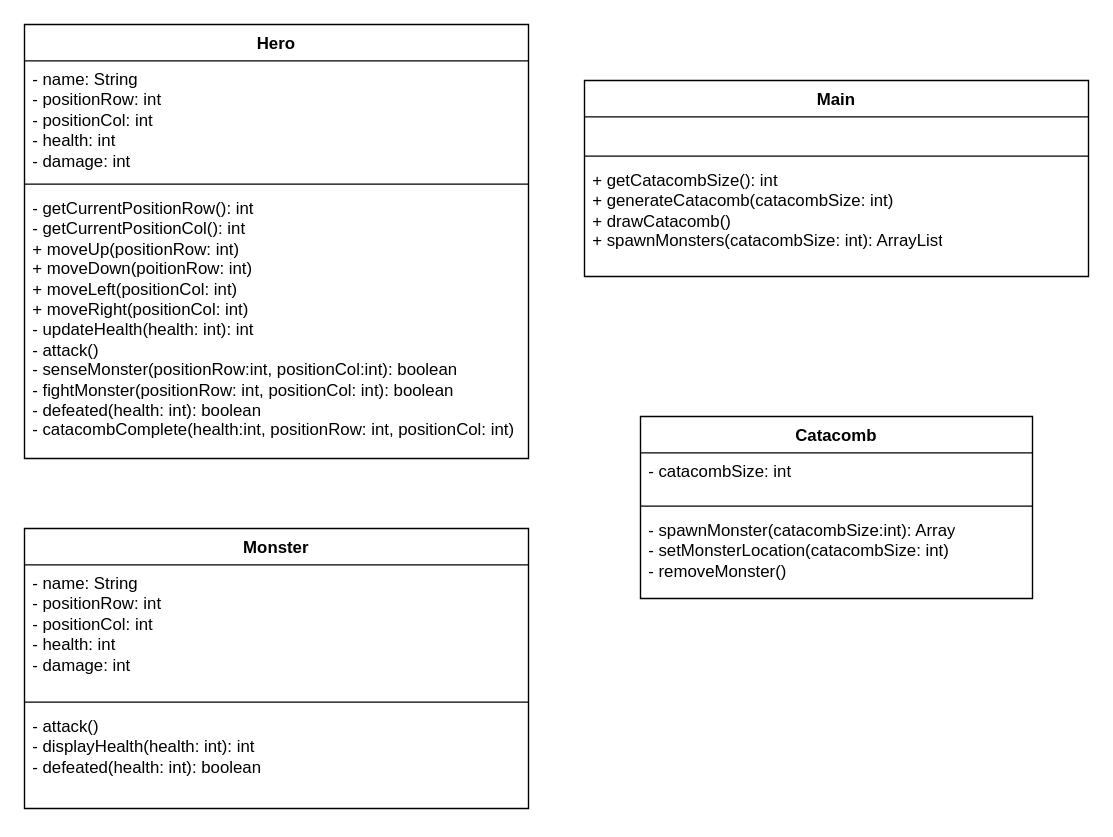
Before: lab10/lab10.drawio in alec-porter/CS1180, a draw.io diagram. Source tidied: cells renumbered, new cells numbered last; positions are measured from the earlier drawing's top-left corner, leaving out a move shared by most shapes. Both pictures are drawn from the tidied source at 140%, with x=0, y=0 at pixel (24, 24).
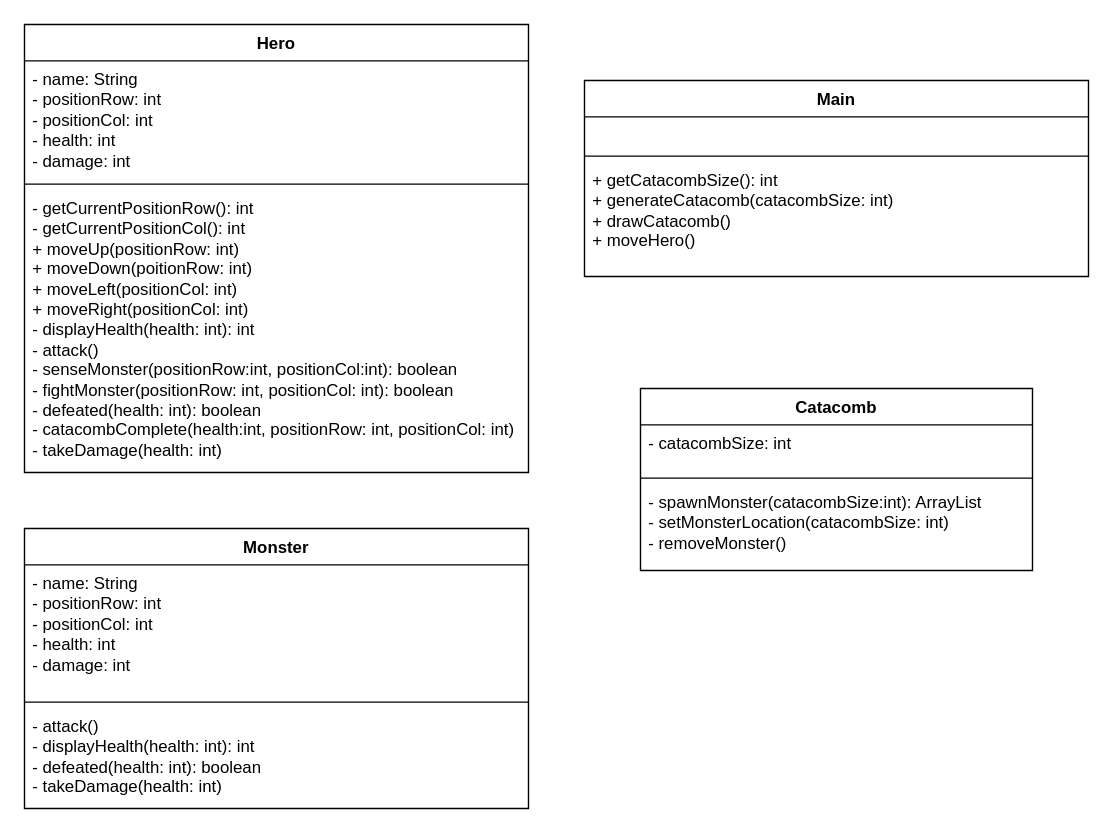
Above is the later version.

Change to the diagram source:
```diff
@@
 <mxGraphModel>
   <root>
     <mxCell id="0" />
     <mxCell id="1" parent="0" />
     <mxCell id="2" value="Hero" style="swimlane;fontStyle=1;align=center;verticalAlign=top;horizontal=1;startSize=26;whiteSpace=wrap;html=1;" parent="1" vertex="1">
-      <mxGeometry width="360" height="310" as="geometry" />
+      <mxGeometry width="360" height="320" as="geometry" />
     </mxCell>
     <mxCell id="3" value="&lt;div&gt;- name: String&lt;/div&gt;&lt;div&gt;- positionRow: int&lt;/div&gt;&lt;div&gt;- positionCol: int&lt;/div&gt;&lt;div&gt;- health: int&lt;/div&gt;&lt;div&gt;- damage: int&lt;/div&gt;" style="text;strokeColor=none;fillColor=none;align=left;verticalAlign=top;spacingLeft=4;spacingRight=4;overflow=hidden;whiteSpace=wrap;html=1;" parent="2" vertex="1">
       <mxGeometry y="26" width="360" height="84" as="geometry" />
     </mxCell>
     <mxCell id="4" style="line;strokeWidth=1;fillColor=none;align=left;verticalAlign=middle;spacingTop=-1;spacingLeft=3;spacingRight=3;labelPosition=right;strokeColor=inherit;" parent="2" vertex="1">
       <mxGeometry y="110" width="360" height="8" as="geometry" />
     </mxCell>
-    <mxCell id="5" value="- getCurrentPositionRow(): int&lt;div&gt;- getCurrentPositionCol(): int&lt;br&gt;&lt;div&gt;+ moveUp(positionRow: int)&lt;/div&gt;&lt;/div&gt;&lt;div&gt;+ moveDown(poitionRow: int)&lt;/div&gt;&lt;div&gt;+ moveLeft(positionCol: int)&lt;/div&gt;&lt;div&gt;+ moveRight(positionCol: int)&lt;/div&gt;&lt;div&gt;- updateHealth(health: int): int&lt;/div&gt;&lt;div&gt;- attack()&lt;/div&gt;&lt;div&gt;- senseMonster(positionRow:int, positionCol:int): boolean&lt;/div&gt;&lt;div&gt;- fightMonster(positionRow: int, positionCol: int): boolean&lt;/div&gt;&lt;div&gt;- defeated(health: int): boolean&lt;/div&gt;&lt;div&gt;- catacombComplete(health:int, positionRow: int, positionCol: int)&lt;/div&gt;" style="text;strokeColor=none;fillColor=none;align=left;verticalAlign=top;spacingLeft=4;spacingRight=4;overflow=hidden;whiteSpace=wrap;html=1;" parent="2" vertex="1">
-      <mxGeometry y="118" width="360" height="192" as="geometry" />
+    <mxCell id="5" value="- getCurrentPositionRow(): int&lt;div&gt;- getCurrentPositionCol(): int&lt;br&gt;&lt;div&gt;+ moveUp(positionRow: int)&lt;/div&gt;&lt;/div&gt;&lt;div&gt;+ moveDown(poitionRow: int)&lt;/div&gt;&lt;div&gt;+ moveLeft(positionCol: int)&lt;/div&gt;&lt;div&gt;+ moveRight(positionCol: int)&lt;/div&gt;&lt;div&gt;- displayHealth(health: int): int&lt;/div&gt;&lt;div&gt;- attack()&lt;/div&gt;&lt;div&gt;- senseMonster(positionRow:int, positionCol:int): boolean&lt;/div&gt;&lt;div&gt;- fightMonster(positionRow: int, positionCol: int): boolean&lt;/div&gt;&lt;div&gt;- defeated(health: int): boolean&lt;/div&gt;&lt;div&gt;- catacombComplete(health:int, positionRow: int, positionCol: int)&lt;/div&gt;&lt;div&gt;- takeDamage(health: int)&lt;/div&gt;" style="text;strokeColor=none;fillColor=none;align=left;verticalAlign=top;spacingLeft=4;spacingRight=4;overflow=hidden;whiteSpace=wrap;html=1;" parent="2" vertex="1">
+      <mxGeometry y="118" width="360" height="202" as="geometry" />
     </mxCell>
     <mxCell id="6" value="Monster" style="swimlane;fontStyle=1;align=center;verticalAlign=top;horizontal=1;startSize=26;whiteSpace=wrap;html=1;" parent="1" vertex="1">
       <mxGeometry y="360" width="360" height="200" as="geometry" />
     </mxCell>
     <mxCell id="7" value="- name: String&lt;div&gt;- positionRow: int&lt;/div&gt;&lt;div&gt;- positionCol: int&lt;/div&gt;&lt;div&gt;- health: int&lt;/div&gt;&lt;div&gt;- damage: int&lt;/div&gt;" style="text;strokeColor=none;fillColor=none;align=left;verticalAlign=top;spacingLeft=4;spacingRight=4;overflow=hidden;whiteSpace=wrap;html=1;" parent="6" vertex="1">
       <mxGeometry y="26" width="360" height="94" as="geometry" />
     </mxCell>
     <mxCell id="8" style="line;strokeWidth=1;fillColor=none;align=left;verticalAlign=middle;spacingTop=-1;spacingLeft=3;spacingRight=3;labelPosition=right;strokeColor=inherit;" parent="6" vertex="1">
       <mxGeometry y="120" width="360" height="8" as="geometry" />
     </mxCell>
-    <mxCell id="9" value="- attack()&lt;div&gt;- displayHealth(health: int): int&lt;/div&gt;&lt;div&gt;- defeated(health: int): boolean&lt;/div&gt;" style="text;strokeColor=none;fillColor=none;align=left;verticalAlign=top;spacingLeft=4;spacingRight=4;overflow=hidden;whiteSpace=wrap;html=1;" parent="6" vertex="1">
+    <mxCell id="9" value="- attack()&lt;div&gt;- displayHealth(health: int): int&lt;/div&gt;&lt;div&gt;- defeated(health: int): boolean&lt;/div&gt;&lt;div&gt;- takeDamage(health: int)&lt;/div&gt;" style="text;strokeColor=none;fillColor=none;align=left;verticalAlign=top;spacingLeft=4;spacingRight=4;overflow=hidden;whiteSpace=wrap;html=1;" parent="6" vertex="1">
       <mxGeometry y="128" width="360" height="72" as="geometry" />
     </mxCell>
     <mxCell id="10" value="Catacomb" style="swimlane;fontStyle=1;align=center;verticalAlign=top;horizontal=1;startSize=26;whiteSpace=wrap;html=1;" parent="1" vertex="1">
-      <mxGeometry x="440" y="280" width="280" height="130" as="geometry" />
+      <mxGeometry x="440" y="260" width="280" height="130" as="geometry" />
     </mxCell>
     <mxCell id="11" value="- catacombSize: int" style="text;strokeColor=none;fillColor=none;align=left;verticalAlign=top;spacingLeft=4;spacingRight=4;overflow=hidden;whiteSpace=wrap;html=1;" parent="10" vertex="1">
       <mxGeometry y="26" width="280" height="34" as="geometry" />
     </mxCell>
     <mxCell id="12" style="line;strokeWidth=1;fillColor=none;align=left;verticalAlign=middle;spacingTop=-1;spacingLeft=3;spacingRight=3;labelPosition=right;strokeColor=inherit;" parent="10" vertex="1">
       <mxGeometry y="60" width="280" height="8" as="geometry" />
     </mxCell>
-    <mxCell id="13" value="&lt;div&gt;&lt;div&gt;- spawnMonster(catacombSize:int): Array&lt;/div&gt;&lt;div&gt;- setMonsterLocation(catacombSize: int)&lt;/div&gt;&lt;/div&gt;&lt;div&gt;- removeMonster()&lt;/div&gt;" style="text;strokeColor=none;fillColor=none;align=left;verticalAlign=top;spacingLeft=4;spacingRight=4;overflow=hidden;whiteSpace=wrap;html=1;" parent="10" vertex="1">
+    <mxCell id="13" value="&lt;div&gt;&lt;div&gt;- spawnMonster(catacombSize:int): ArrayList&lt;/div&gt;&lt;div&gt;- setMonsterLocation(catacombSize: int)&lt;/div&gt;&lt;/div&gt;&lt;div&gt;- removeMonster()&lt;/div&gt;" style="text;strokeColor=none;fillColor=none;align=left;verticalAlign=top;spacingLeft=4;spacingRight=4;overflow=hidden;whiteSpace=wrap;html=1;" parent="10" vertex="1">
       <mxGeometry y="68" width="280" height="62" as="geometry" />
     </mxCell>
     <mxCell id="14" value="Main" style="swimlane;fontStyle=1;align=center;verticalAlign=top;horizontal=1;startSize=26;whiteSpace=wrap;html=1;" parent="1" vertex="1">
       <mxGeometry x="400" y="40" width="360" height="140" as="geometry" />
     </mxCell>
     <mxCell id="15" value="&amp;nbsp;" style="text;strokeColor=none;fillColor=none;align=left;verticalAlign=top;spacingLeft=4;spacingRight=4;overflow=hidden;whiteSpace=wrap;html=1;" parent="14" vertex="1">
       <mxGeometry y="26" width="360" height="24" as="geometry" />
     </mxCell>
     <mxCell id="16" style="line;strokeWidth=1;fillColor=none;align=left;verticalAlign=middle;spacingTop=-1;spacingLeft=3;spacingRight=3;labelPosition=right;strokeColor=inherit;" parent="14" vertex="1">
       <mxGeometry y="50" width="360" height="8" as="geometry" />
     </mxCell>
-    <mxCell id="17" value="+ getCatacombSize(): int&lt;div&gt;+ generateCatacomb(catacombSize: int)&lt;div&gt;+ drawCatacomb()&lt;/div&gt;&lt;div&gt;+ spawnMonsters(catacombSize: int): ArrayList&lt;/div&gt;&lt;/div&gt;" style="text;strokeColor=none;fillColor=none;align=left;verticalAlign=top;spacingLeft=4;spacingRight=4;overflow=hidden;whiteSpace=wrap;html=1;" parent="14" vertex="1">
+    <mxCell id="17" value="+ getCatacombSize(): int&lt;div&gt;&lt;div&gt;+ generateCatacomb(catacombSize: int)&lt;div&gt;+ drawCatacomb()&lt;/div&gt;&lt;div&gt;+ moveHero()&lt;/div&gt;&lt;/div&gt;&lt;/div&gt;" style="text;strokeColor=none;fillColor=none;align=left;verticalAlign=top;spacingLeft=4;spacingRight=4;overflow=hidden;whiteSpace=wrap;html=1;" parent="14" vertex="1">
       <mxGeometry y="58" width="360" height="82" as="geometry" />
     </mxCell>
   </root>
 </mxGraphModel>
```
